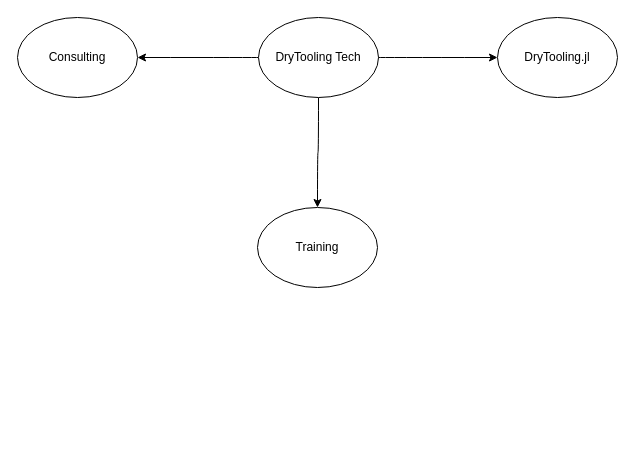
This is drytooling.drawio from wallytutor/mind-maps, a draw.io file, before an edit. Source tidied: cells renumbered, new cells numbered last; positions are measured from the earlier drawing's top-left corner, leaving out a move shared by most shapes. Both pictures are drawn from the tidied source at 100%, with x=0, y=0 at pixel (17, 17).
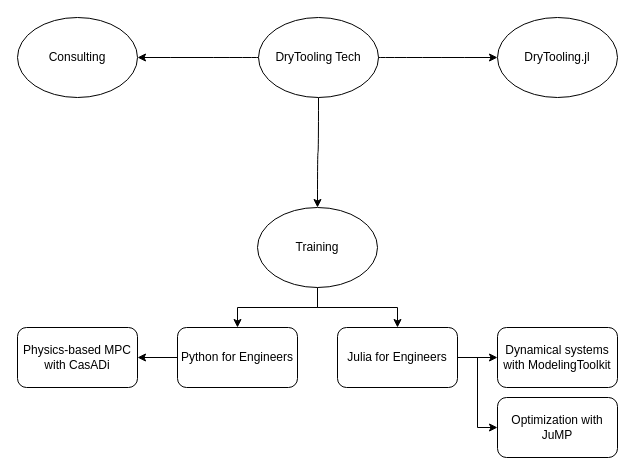
Above is the later version.

Diff of the diagram source:
```diff
@@
 <mxGraphModel>
   <root>
     <mxCell id="0" />
     <mxCell id="1" parent="0" />
     <mxCell id="2" style="edgeStyle=orthogonalEdgeStyle;rounded=0;jettySize=auto;html=1;curved=1;" parent="1" edge="1" source="4" target="7">
       <mxGeometry relative="1" as="geometry" />
     </mxCell>
     <mxCell id="3" style="edgeStyle=orthogonalEdgeStyle;rounded=0;jettySize=auto;html=1;curved=1;" parent="1" edge="1" source="4" target="8">
       <mxGeometry relative="1" as="geometry" />
     </mxCell>
     <mxCell id="4" value="DryTooling Tech" style="ellipse;whiteSpace=wrap;html=1;" parent="1" vertex="1">
       <mxGeometry x="241" width="120" height="80" as="geometry" />
     </mxCell>
     <mxCell id="5" value="DryTooling.jl" style="ellipse;whiteSpace=wrap;html=1;" parent="1" vertex="1">
       <mxGeometry x="480" width="120" height="80" as="geometry" />
     </mxCell>
     <mxCell id="6" style="edgeStyle=orthogonalEdgeStyle;rounded=0;jettySize=auto;html=1;entryX=0;entryY=0.5;entryDx=0;entryDy=0;curved=1;" parent="1" edge="1" source="4" target="5">
       <mxGeometry relative="1" as="geometry" />
     </mxCell>
+    <mxCell id="9" style="edgeStyle=orthogonalEdgeStyle;rounded=0;jettySize=auto;html=1;entryX=0.5;entryY=0;entryDx=0;entryDy=0;" parent="1" edge="1" source="7" target="15">
+      <mxGeometry relative="1" as="geometry" />
+    </mxCell>
+    <mxCell id="10" style="edgeStyle=orthogonalEdgeStyle;rounded=0;jettySize=auto;html=1;entryX=0.5;entryY=0;entryDx=0;entryDy=0;" parent="1" edge="1" source="7" target="13">
+      <mxGeometry relative="1" as="geometry" />
+    </mxCell>
     <mxCell id="7" value="Training" style="ellipse;whiteSpace=wrap;html=1;" parent="1" vertex="1">
       <mxGeometry x="240" y="190" width="120" height="80" as="geometry" />
     </mxCell>
     <mxCell id="8" value="Consulting" style="ellipse;whiteSpace=wrap;html=1;" parent="1" vertex="1">
       <mxGeometry width="120" height="80" as="geometry" />
     </mxCell>
+    <mxCell id="11" style="edgeStyle=orthogonalEdgeStyle;rounded=0;jettySize=auto;html=1;" parent="1" edge="1" source="13" target="16">
+      <mxGeometry relative="1" as="geometry" />
+    </mxCell>
+    <mxCell id="12" style="edgeStyle=orthogonalEdgeStyle;rounded=0;jettySize=auto;html=1;exitX=1;exitY=0.5;exitDx=0;exitDy=0;entryX=0;entryY=0.5;entryDx=0;entryDy=0;" parent="1" edge="1" source="13" target="17">
+      <mxGeometry relative="1" as="geometry" />
+    </mxCell>
+    <mxCell id="13" value="Julia for Engineers" style="rounded=1;whiteSpace=wrap;html=1;" parent="1" vertex="1">
+      <mxGeometry x="320" y="310" width="120" height="60" as="geometry" />
+    </mxCell>
+    <mxCell id="14" style="edgeStyle=orthogonalEdgeStyle;rounded=0;jettySize=auto;html=1;entryX=1;entryY=0.5;entryDx=0;entryDy=0;" parent="1" edge="1" source="15" target="18">
+      <mxGeometry relative="1" as="geometry" />
+    </mxCell>
+    <mxCell id="15" value="Python for Engineers" style="rounded=1;whiteSpace=wrap;html=1;" parent="1" vertex="1">
+      <mxGeometry x="160" y="310" width="120" height="60" as="geometry" />
+    </mxCell>
+    <mxCell id="16" value="Dynamical systems with ModelingToolkit" style="rounded=1;whiteSpace=wrap;html=1;" parent="1" vertex="1">
+      <mxGeometry x="480" y="310" width="120" height="60" as="geometry" />
+    </mxCell>
+    <mxCell id="17" value="Optimization with JuMP" style="rounded=1;whiteSpace=wrap;html=1;" parent="1" vertex="1">
+      <mxGeometry x="480" y="380" width="120" height="60" as="geometry" />
+    </mxCell>
+    <mxCell id="18" value="Physics-based MPC with CasADi" style="rounded=1;whiteSpace=wrap;html=1;" parent="1" vertex="1">
+      <mxGeometry y="310" width="120" height="60" as="geometry" />
+    </mxCell>
   </root>
 </mxGraphModel>
```
